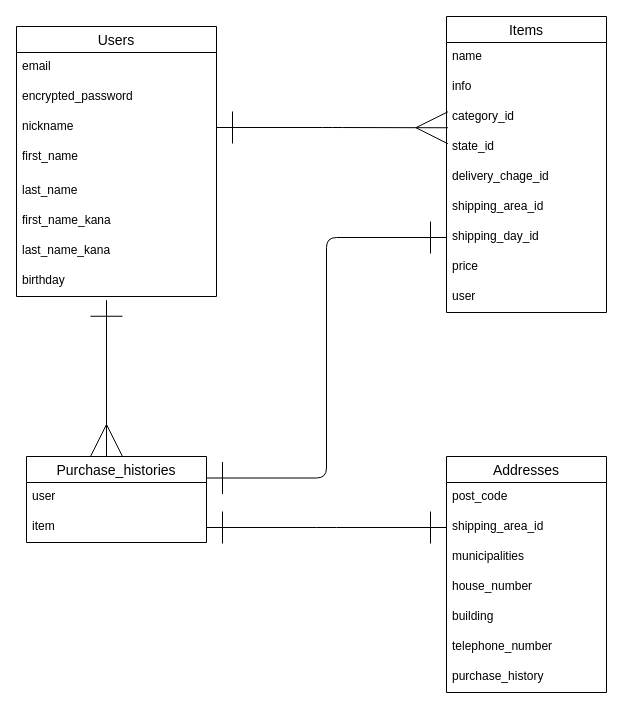
Earlier version of the draw.io diagram er.dio (naoki39/furima-37393). Source tidied: cells renumbered, new cells numbered last; positions are measured from the earlier drawing's top-left corner, leaving out a move shared by most shapes. Both pictures are drawn from the tidied source at 100%, with x=0, y=0 at pixel (16, 16).
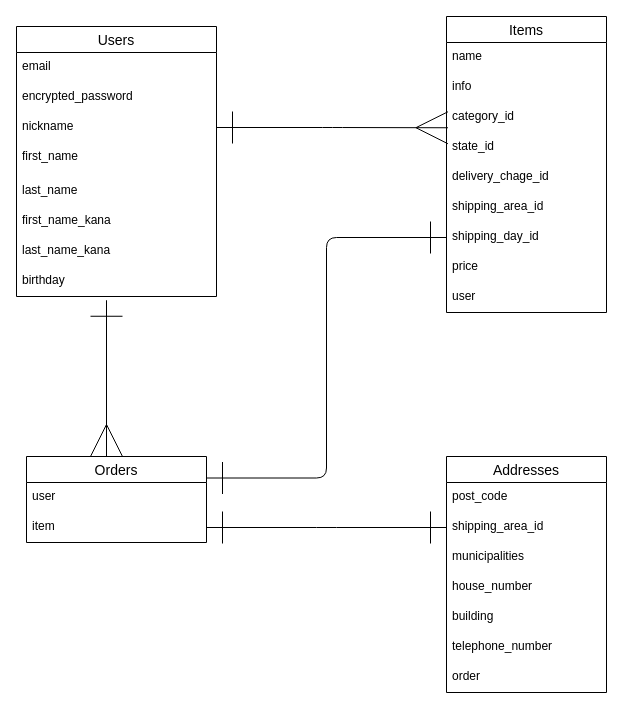
The same diagram, later.

Unchanged cells that the change refers to:
```xml
<mxCell id="21" value="Addresses" style="swimlane;fontStyle=0;horizontal=1;startSize=26;align=center;fontSize=14;" parent="1" vertex="1">
  <mxGeometry x="430" y="440" width="160" height="236" as="geometry" />
</mxCell>
```

Diff of the diagram source:
```diff
@@
-    <mxCell id="28" value="purchase_history" style="text;strokeColor=none;fillColor=none;spacingLeft=4;spacingRight=4;overflow=hidden;fontSize=12;" parent="21" vertex="1">
+    <mxCell id="28" value="order" style="text;strokeColor=none;fillColor=none;spacingLeft=4;spacingRight=4;overflow=hidden;fontSize=12;" parent="21" vertex="1">
       <mxGeometry y="206" width="160" height="30" as="geometry" />
     </mxCell>
@@
-    <mxCell id="31" value="Purchase_histories" style="swimlane;fontStyle=0;horizontal=1;startSize=26;align=center;fontSize=14;" parent="1" vertex="1">
+    <mxCell id="31" value="Orders" style="swimlane;fontStyle=0;horizontal=1;startSize=26;align=center;fontSize=14;" parent="1" vertex="1">
       <mxGeometry x="10" y="440" width="180" height="86" as="geometry" />
     </mxCell>
```
